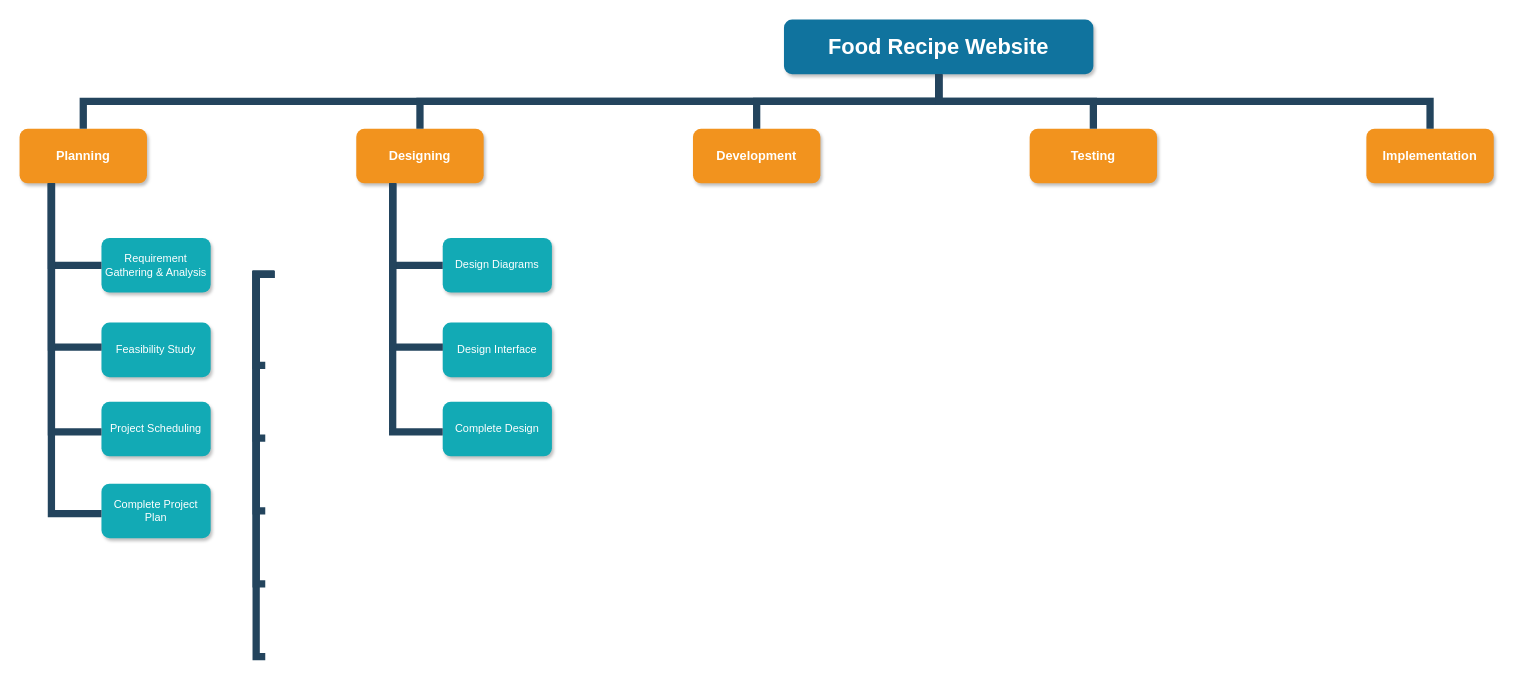
Before: WBS Recipe Web.drawio in ziard47/Diagram, a draw.io diagram. Source tidied: cells renumbered, new cells numbered last; positions are measured from the earlier drawing's top-left corner, leaving out a move shared by most shapes. Both pictures are drawn from the tidied source at 91%, with x=0, y=0 at pixel (19, 19).
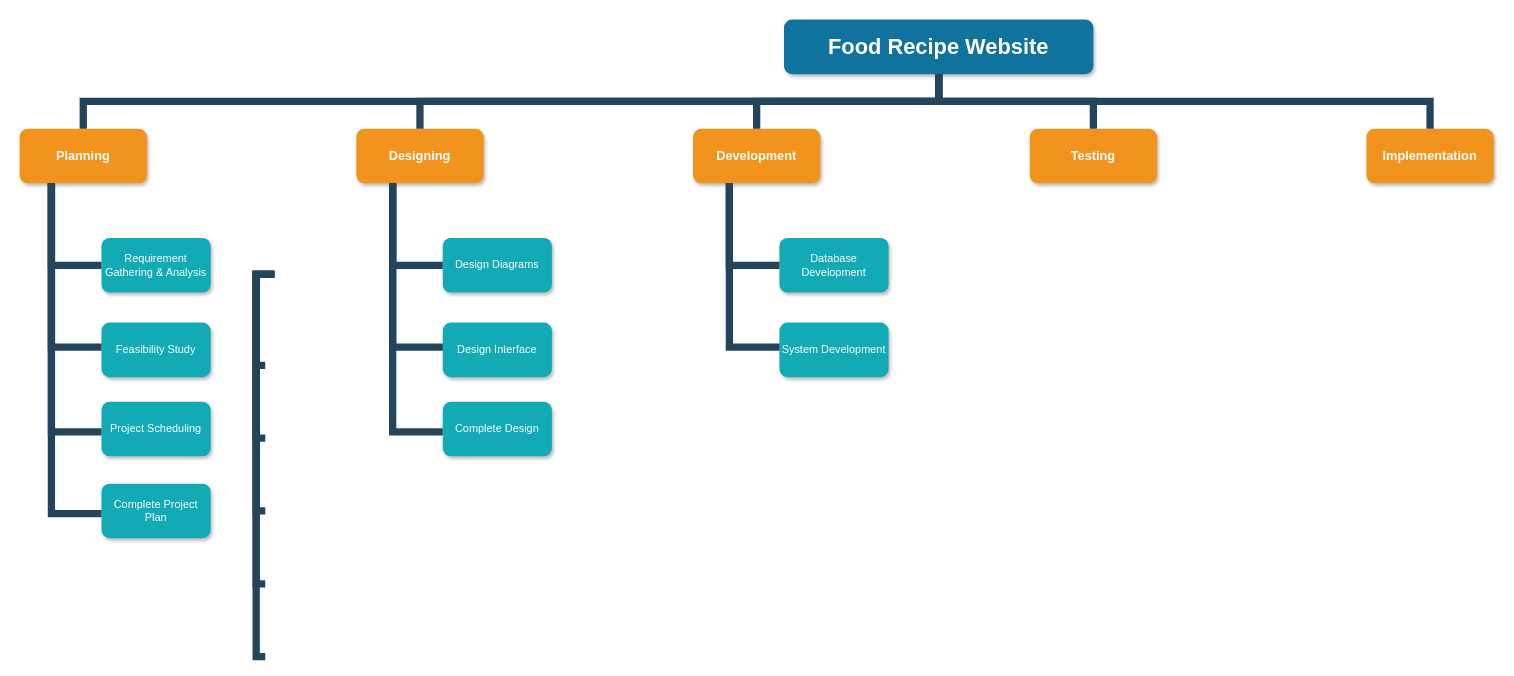
After the change.

What changed in the source:
```diff
@@
+    <mxCell id="32" value="Database Development" style="whiteSpace=wrap;rounded=1;fillColor=#12AAB5;strokeColor=none;shadow=1;fontColor=#FFFFFF;" parent="1" vertex="1">
+      <mxGeometry x="835" y="240" width="120" height="60" as="geometry" />
+    </mxCell>
+    <mxCell id="33" style="edgeStyle=elbowEdgeStyle;elbow=vertical;rounded=0;fontColor=#000000;endArrow=none;endFill=0;strokeWidth=8;strokeColor=#23445D;exitX=0.25;exitY=1;exitDx=0;exitDy=0;entryX=0;entryY=0.5;entryDx=0;entryDy=0;" parent="1" edge="1" target="32">
+      <mxGeometry relative="1" as="geometry">
+        <mxPoint x="780" y="180" as="sourcePoint" />
+        <Array as="points">
+          <mxPoint x="805" y="270" />
+        </Array>
+      </mxGeometry>
+    </mxCell>
+    <mxCell id="34" value="System Development" style="whiteSpace=wrap;rounded=1;fillColor=#12AAB5;strokeColor=none;shadow=1;fontColor=#FFFFFF;" parent="1" vertex="1">
+      <mxGeometry x="835" y="333" width="120" height="60" as="geometry" />
+    </mxCell>
+    <mxCell id="35" style="edgeStyle=elbowEdgeStyle;elbow=vertical;rounded=0;fontColor=#000000;endArrow=none;endFill=0;strokeWidth=8;strokeColor=#23445D;exitX=0.25;exitY=1;exitDx=0;exitDy=0;entryX=0.001;entryY=0.451;entryDx=0;entryDy=0;entryPerimeter=0;" parent="1" edge="1" target="34">
+      <mxGeometry relative="1" as="geometry">
+        <mxPoint x="780" y="180" as="sourcePoint" />
+        <Array as="points">
+          <mxPoint x="805" y="360" />
+        </Array>
+      </mxGeometry>
+    </mxCell>
```
